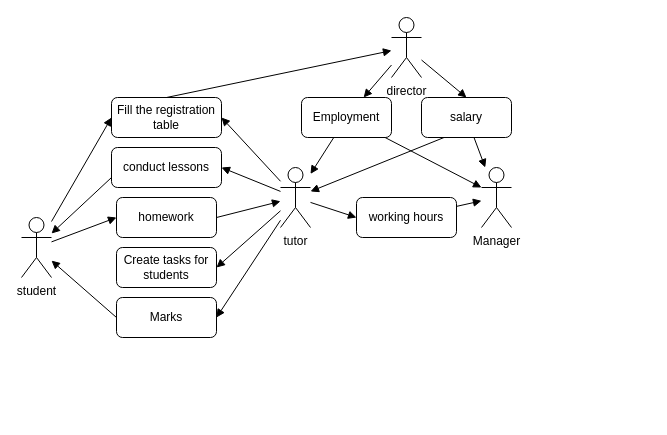
Before: use_case_diagram.drawio in H0p1ty/data_bases, a draw.io diagram. Source tidied: cells renumbered, new cells numbered last; positions are measured from the earlier drawing's top-left corner, leaving out a move shared by most shapes. Both pictures are drawn from the tidied source at 100%, with x=0, y=0 at pixel (21, 17).
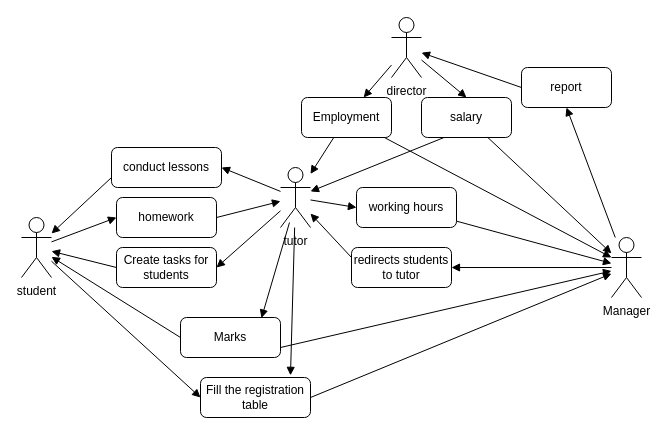
After the change.

Unchanged cells that the change refers to:
```xml
<mxCell id="2" value="student" style="shape=umlActor;verticalLabelPosition=bottom;verticalAlign=top;html=1;outlineConnect=0;" parent="1" vertex="1">
  <mxGeometry y="200" width="30" height="60" as="geometry" />
</mxCell>
<mxCell id="4" value="tutor" style="shape=umlActor;verticalLabelPosition=bottom;verticalAlign=top;html=1;outlineConnect=0;" parent="1" vertex="1">
  <mxGeometry x="259" y="150" width="30" height="60" as="geometry" />
</mxCell>
<mxCell id="9" value="director" style="shape=umlActor;verticalLabelPosition=bottom;verticalAlign=top;html=1;outlineConnect=0;" parent="1" vertex="1">
  <mxGeometry x="370" width="30" height="60" as="geometry" />
</mxCell>
<mxCell id="11" value="Create tasks for students" style="rounded=1;whiteSpace=wrap;html=1;" parent="1" vertex="1">
  <mxGeometry x="95" y="230" width="100" height="40" as="geometry" />
</mxCell>
```

Diff of the diagram source:
```diff
@@
     <mxCell id="3" value="Fill the registration table" style="rounded=1;whiteSpace=wrap;html=1;" parent="1" vertex="1">
-      <mxGeometry x="90" y="80" width="110" height="40" as="geometry" />
+      <mxGeometry x="179" y="360" width="110" height="40" as="geometry" />
     </mxCell>
@@
     <mxCell id="6" value="Manager" style="shape=umlActor;verticalLabelPosition=bottom;verticalAlign=top;html=1;outlineConnect=0;" parent="1" vertex="1">
-      <mxGeometry x="460" y="150" width="30" height="60" as="geometry" />
+      <mxGeometry x="590" y="220" width="30" height="60" as="geometry" />
     </mxCell>
@@
     <mxCell id="8" value="working hours" style="rounded=1;whiteSpace=wrap;html=1;" parent="1" vertex="1">
-      <mxGeometry x="335" y="180" width="100" height="40" as="geometry" />
+      <mxGeometry x="335" y="170" width="100" height="40" as="geometry" />
     </mxCell>
@@
-    <mxCell id="16" style="endArrow=none;html=1;rounded=0;startArrow=block;startFill=1;exitX=1;exitY=0.5;exitDx=0;exitDy=0;" parent="1" edge="1" source="3" target="4">
+    <mxCell id="16" style="endArrow=none;html=1;rounded=0;startArrow=block;startFill=1;exitX=0.818;exitY=-0.054;exitDx=0;exitDy=0;exitPerimeter=0;" parent="1" edge="1" source="3" target="4">
       <mxGeometry relative="1" as="geometry" />
     </mxCell>
@@
-    <mxCell id="22" style="endArrow=block;html=1;rounded=0;exitX=0.5;exitY=0;exitDx=0;exitDy=0;startArrow=none;startFill=0;endFill=1;" parent="1" edge="1" source="3" target="9">
-      <mxGeometry relative="1" as="geometry" />
-    </mxCell>
@@
     <mxCell id="29" value="Marks" style="rounded=1;whiteSpace=wrap;html=1;" parent="1" vertex="1">
-      <mxGeometry x="95" y="280" width="100" height="40" as="geometry" />
+      <mxGeometry x="159" y="300" width="100" height="40" as="geometry" />
     </mxCell>
-    <mxCell id="30" style="endArrow=none;html=1;rounded=0;exitX=1;exitY=0.5;exitDx=0;exitDy=0;endFill=0;startArrow=block;startFill=1;" parent="1" edge="1" source="29" target="4">
-      <mxGeometry relative="1" as="geometry" />
+    <mxCell id="30" style="endArrow=none;html=1;rounded=0;exitX=0.81;exitY=0.013;exitDx=0;exitDy=0;endFill=0;startArrow=block;startFill=1;exitPerimeter=0;" parent="1" edge="1" source="29">
+      <mxGeometry relative="1" as="geometry">
+        <mxPoint x="268" y="205" as="targetPoint" />
+      </mxGeometry>
     </mxCell>
@@
+    <mxCell id="32" value="report" style="rounded=1;whiteSpace=wrap;html=1;" parent="1" vertex="1">
+      <mxGeometry x="500" y="50" width="90" height="40" as="geometry" />
+    </mxCell>
+    <mxCell id="33" style="endArrow=none;html=1;rounded=0;endFill=0;startArrow=block;startFill=1;exitX=0.5;exitY=1;exitDx=0;exitDy=0;" parent="1" edge="1" source="32" target="6">
+      <mxGeometry relative="1" as="geometry" />
+    </mxCell>
+    <mxCell id="34" style="endArrow=none;html=1;rounded=0;endFill=0;startArrow=block;startFill=1;entryX=0;entryY=0.5;entryDx=0;entryDy=0;" parent="1" edge="1" source="9" target="32">
+      <mxGeometry relative="1" as="geometry" />
+    </mxCell>
+    <mxCell id="35" style="endArrow=none;html=1;rounded=0;endFill=0;startArrow=block;startFill=1;entryX=1;entryY=0.75;entryDx=0;entryDy=0;" parent="1" edge="1" source="6" target="29">
+      <mxGeometry relative="1" as="geometry" />
+    </mxCell>
+    <mxCell id="36" style="endArrow=none;html=1;rounded=0;endFill=0;startArrow=block;startFill=1;entryX=1;entryY=0.5;entryDx=0;entryDy=0;" parent="1" edge="1" source="6" target="3">
+      <mxGeometry relative="1" as="geometry" />
+    </mxCell>
+    <mxCell id="37" style="endArrow=none;html=1;rounded=0;endFill=0;startArrow=block;startFill=1;entryX=0;entryY=0.5;entryDx=0;entryDy=0;" parent="1" edge="1" source="2" target="11">
+      <mxGeometry relative="1" as="geometry" />
+    </mxCell>
+    <mxCell id="38" value="redirects students to tutor" style="rounded=1;whiteSpace=wrap;html=1;" parent="1" vertex="1">
+      <mxGeometry x="330" y="230" width="100" height="40" as="geometry" />
+    </mxCell>
+    <mxCell id="39" style="endArrow=none;html=1;rounded=0;endFill=0;startArrow=block;startFill=1;exitX=1;exitY=0.5;exitDx=0;exitDy=0;" parent="1" edge="1" source="38" target="6">
+      <mxGeometry relative="1" as="geometry" />
+    </mxCell>
+    <mxCell id="40" style="endArrow=none;html=1;rounded=0;endFill=0;startArrow=block;startFill=1;entryX=0;entryY=0.25;entryDx=0;entryDy=0;" parent="1" edge="1" source="4" target="38">
+      <mxGeometry relative="1" as="geometry" />
+    </mxCell>
```
